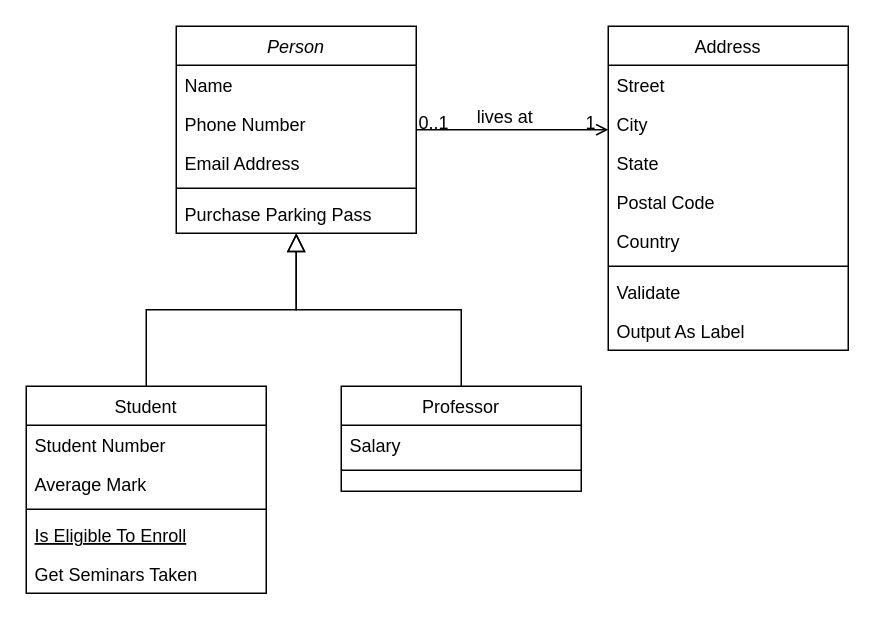
Above: Atividades/testediagrama.drawio in KauanGoes7/modelagem-de-sistemas-TDS-TARDE (draw.io), before the change. Source tidied: cells renumbered, new cells numbered last; positions are measured from the earlier drawing's top-left corner, leaving out a move shared by most shapes. Both pictures are drawn from the tidied source at 150%, with x=0, y=0 at pixel (26, 26).
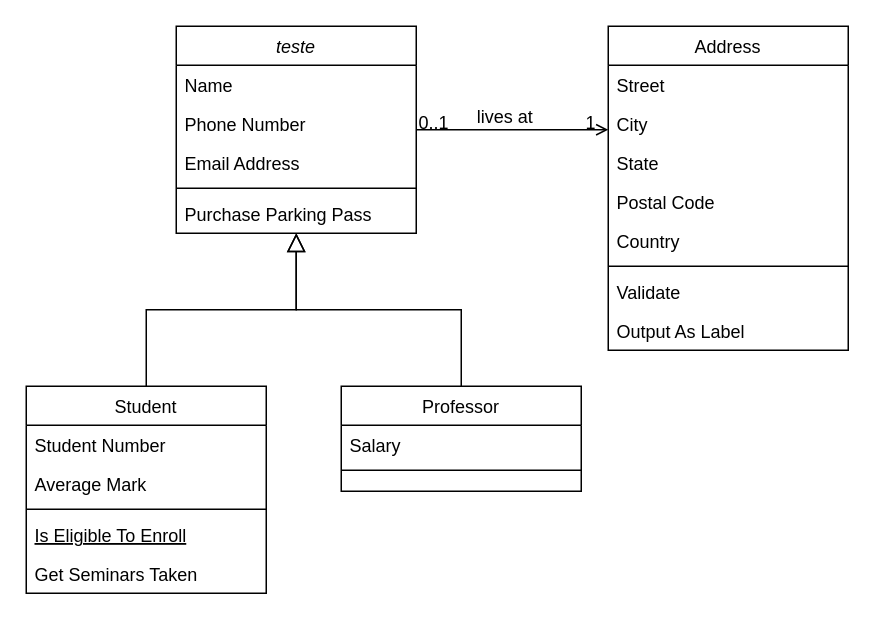
The same page after the edit.

The edit, as a diff of the source:
```diff
@@
-    <mxCell id="2" value="Person" style="swimlane;fontStyle=2;align=center;verticalAlign=top;horizontal=1;startSize=26;rounded=0;shadow=0;strokeWidth=1;" parent="1" vertex="1">
+    <mxCell id="2" value="teste&#10;" style="swimlane;fontStyle=2;align=center;verticalAlign=top;horizontal=1;startSize=26;rounded=0;shadow=0;strokeWidth=1;" parent="1" vertex="1">
       <mxGeometry x="100" width="160" height="138" as="geometry" />
     </mxCell>
```
